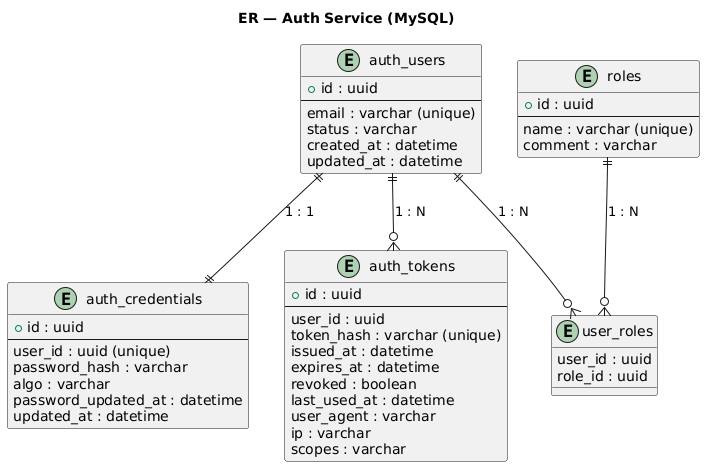
Earlier version of the PlantUML export 9-sem/Info/docs/images/Auth_ER.png (kshchuk/uni). The source it was exported from:
```plantuml
@startuml Auth_ER
title ER — Auth Service (MySQL)

entity "auth_users" as AU {
  + id : uuid
  --
  email : varchar (unique)
  status : varchar
  created_at : datetime
  updated_at : datetime
}

entity "auth_credentials" as AC {
  + id : uuid
  --
  user_id : uuid (unique)
  password_hash : varchar
  algo : varchar
  password_updated_at : datetime
  updated_at : datetime
}

entity "auth_tokens" as AT {
  + id : uuid
  --
  user_id : uuid
  token_hash : varchar (unique)
  issued_at : datetime
  expires_at : datetime
  revoked : boolean
  last_used_at : datetime
  user_agent : varchar
  ip : varchar
  scopes : varchar
}

entity "roles" as R {
  + id : uuid
  --
  name : varchar (unique)
  comment : varchar
}

entity "user_roles" as UR {
  user_id : uuid
  role_id : uuid
}

AU ||--|| AC : "1 : 1"
AU ||--o{ AT : "1 : N"
AU ||--o{ UR : "1 : N"
R  ||--o{ UR : "1 : N"

@enduml
```
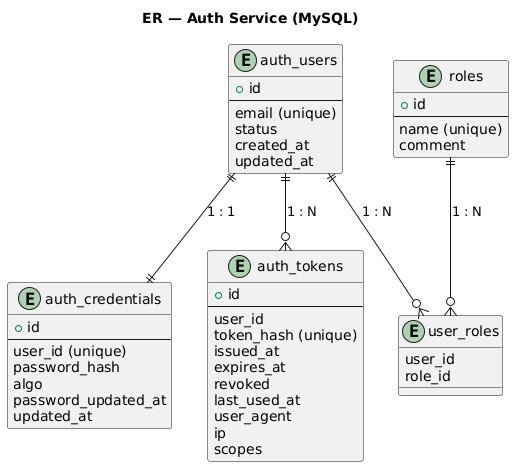
The same file after the commit.

The edit, as a diff of the source:
```diff
@@ -2,48 +2,48 @@
 title ER — Auth Service (MySQL)
 
 entity "auth_users" as AU {
-  + id : uuid
+  + id
   --
-  email : varchar (unique)
-  status : varchar
-  created_at : datetime
-  updated_at : datetime
+  email (unique)
+  status
+  created_at
+  updated_at
 }
 
 entity "auth_credentials" as AC {
-  + id : uuid
+  + id
   --
-  user_id : uuid (unique)
-  password_hash : varchar
-  algo : varchar
-  password_updated_at : datetime
-  updated_at : datetime
+  user_id (unique)
+  password_hash
+  algo
+  password_updated_at
+  updated_at
 }
 
 entity "auth_tokens" as AT {
-  + id : uuid
+  + id
   --
-  user_id : uuid
-  token_hash : varchar (unique)
-  issued_at : datetime
-  expires_at : datetime
-  revoked : boolean
-  last_used_at : datetime
-  user_agent : varchar
-  ip : varchar
-  scopes : varchar
+  user_id
+  token_hash (unique)
+  issued_at
+  expires_at
+  revoked
+  last_used_at
+  user_agent
+  ip
+  scopes
 }
 
 entity "roles" as R {
-  + id : uuid
+  + id
   --
-  name : varchar (unique)
-  comment : varchar
+  name (unique)
+  comment
 }
 
 entity "user_roles" as UR {
-  user_id : uuid
-  role_id : uuid
+  user_id
+  role_id
 }
 
 AU ||--|| AC : "1 : 1"
```
